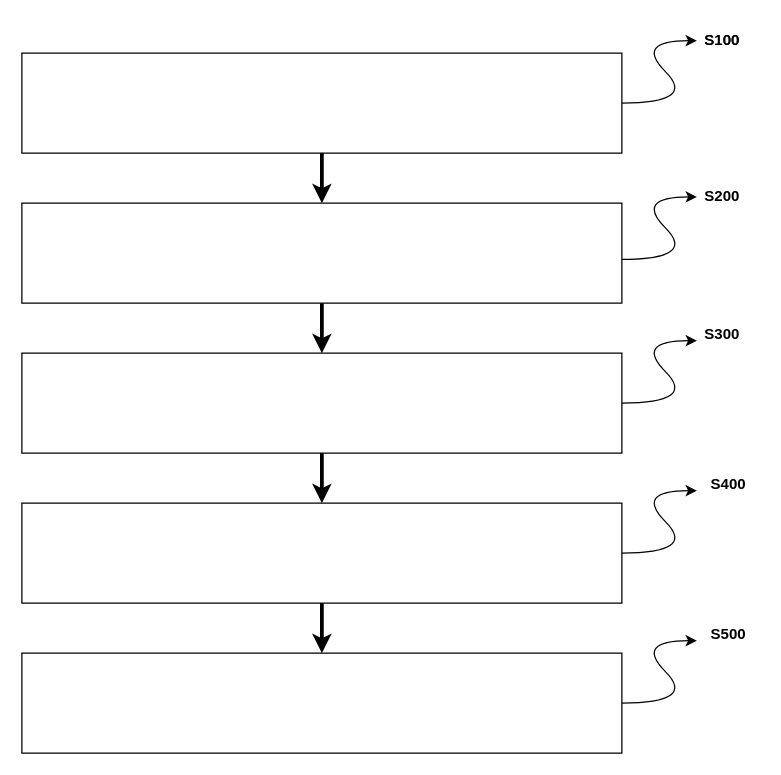
zhoubenben/demo keeps this draw.io diagram as 未命名绘图.drawio. Above is the earlier version. Source tidied: cells renumbered, new cells numbered last; positions are measured from the earlier drawing's top-left corner, leaving out a move shared by most shapes. Both pictures are drawn from the tidied source at 125%, with x=0, y=0 at pixel (21, 21).
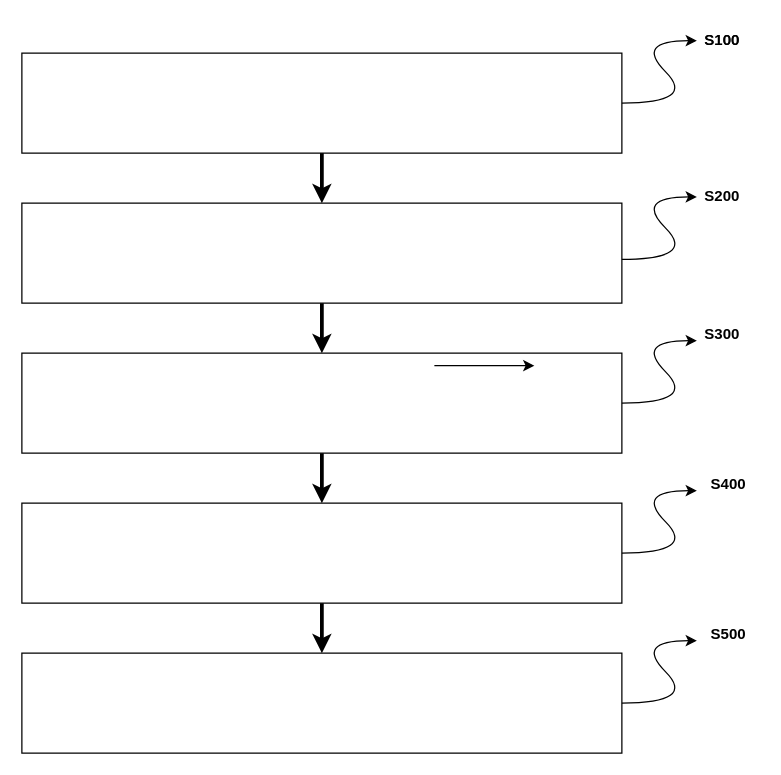
Above is the later version.

Commit message:
更新未命名绘图.drawio

What changed in the source:
```diff
@@
+    <mxCell id="22" style="edgeStyle=none;orthogonalLoop=1;jettySize=auto;html=1;rounded=0;strokeWidth=1;" parent="1" edge="1">
+      <mxGeometry relative="1" as="geometry">
+        <mxPoint x="330" y="275" as="sourcePoint" />
+        <mxPoint x="410" y="275" as="targetPoint" />
+      </mxGeometry>
+    </mxCell>
```
